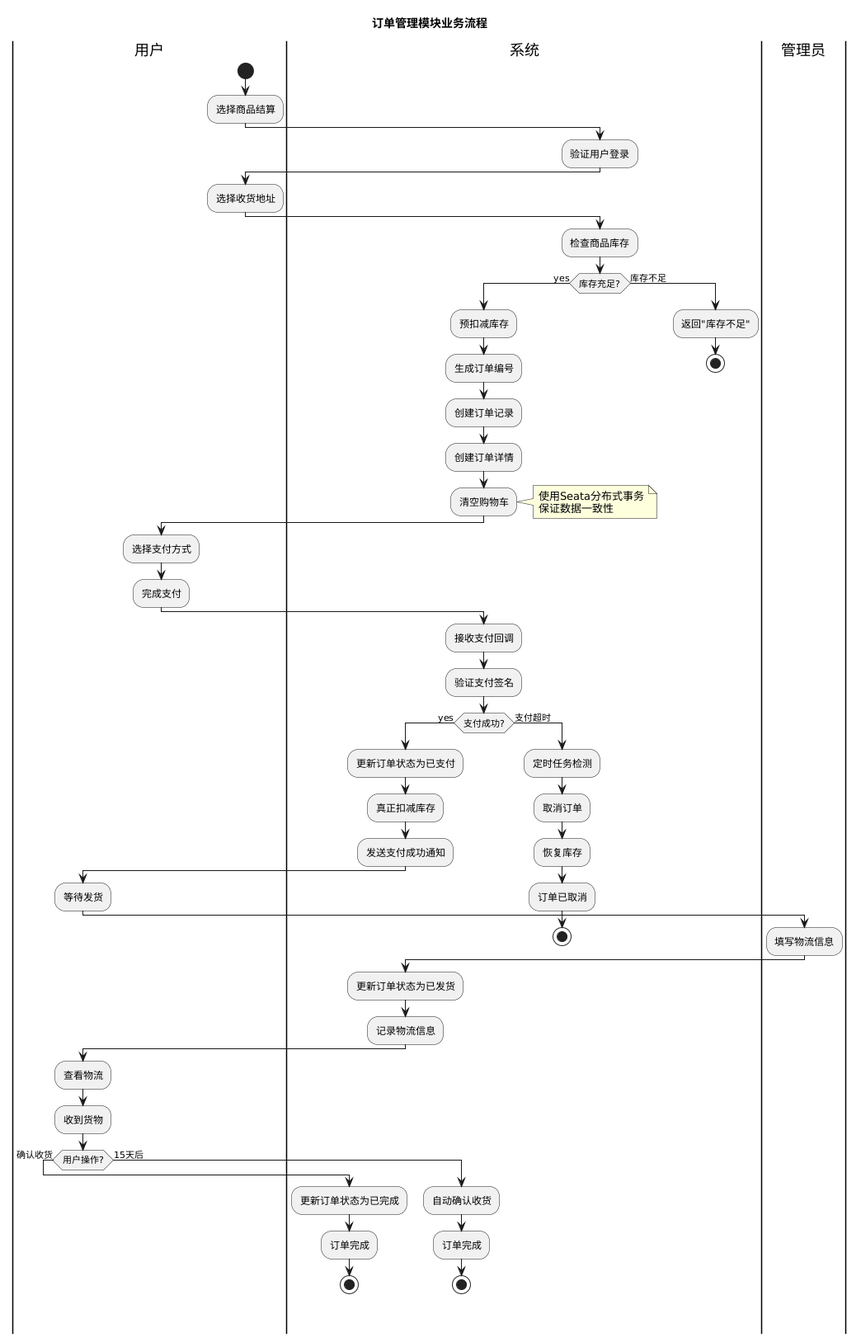
This is projects/mall/paper/assets/diagrams/uml/activity-order.png from jiongQAQ/promptx_tools, a PlantUML export, as it was before one commit. Source of this version:
```plantuml
@startuml
title 订单管理模块业务流程

|用户|
start
:选择商品结算;

|系统|
:验证用户登录;

|用户|
:选择收货地址;

|系统|
:检查商品库存;

if (库存充足?) then (yes)

  :预扣减库存;
  :生成订单编号;
  :创建订单记录;
  :创建订单详情;
  :清空购物车;

  note right
    使用Seata分布式事务
    保证数据一致性
  end note

  |用户|
  :选择支付方式;
  :完成支付;

  |系统|
  :接收支付回调;
  :验证支付签名;

  if (支付成功?) then (yes)
    :更新订单状态为已支付;
    :真正扣减库存;
    :发送支付成功通知;

    |用户|
    :等待发货;

    |管理员|
    :填写物流信息;

    |系统|
    :更新订单状态为已发货;
    :记录物流信息;

    |用户|
    :查看物流;
    :收到货物;

    if (用户操作?) then (确认收货)
      |系统|
      :更新订单状态为已完成;
      :订单完成;
      stop

    else (15天后)
      |系统|
      :自动确认收货;
      :订单完成;
      stop
    endif

  else (支付超时)
    |系统|
    :定时任务检测;
    :取消订单;
    :恢复库存;
    :订单已取消;
    stop
  endif

else (库存不足)
  :返回"库存不足";
  stop
endif
@enduml
```
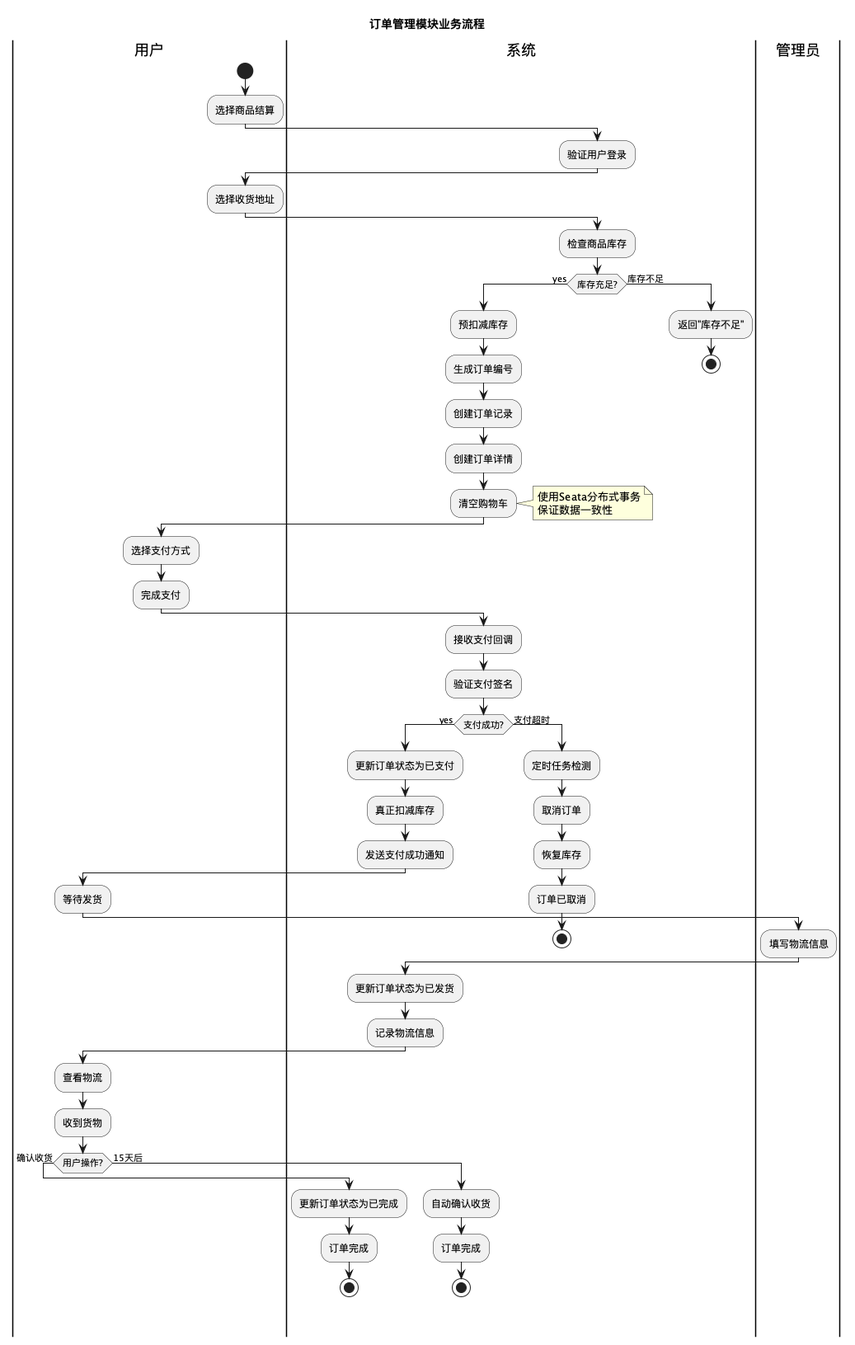
Later version of the same file.

Change to the diagram source:
```diff
@@ -1,4 +1,10 @@
-@startuml
+@startuml activity-order
+
+!pragma layout smetana
+skinparam linetype ortho
+skinparam nodesep 80
+skinparam ranksep 80
+
 title 订单管理模块业务流程
 
 |用户|
@@ -80,4 +86,5 @@
   :返回"库存不足";
   stop
 endif
+
 @enduml
```
